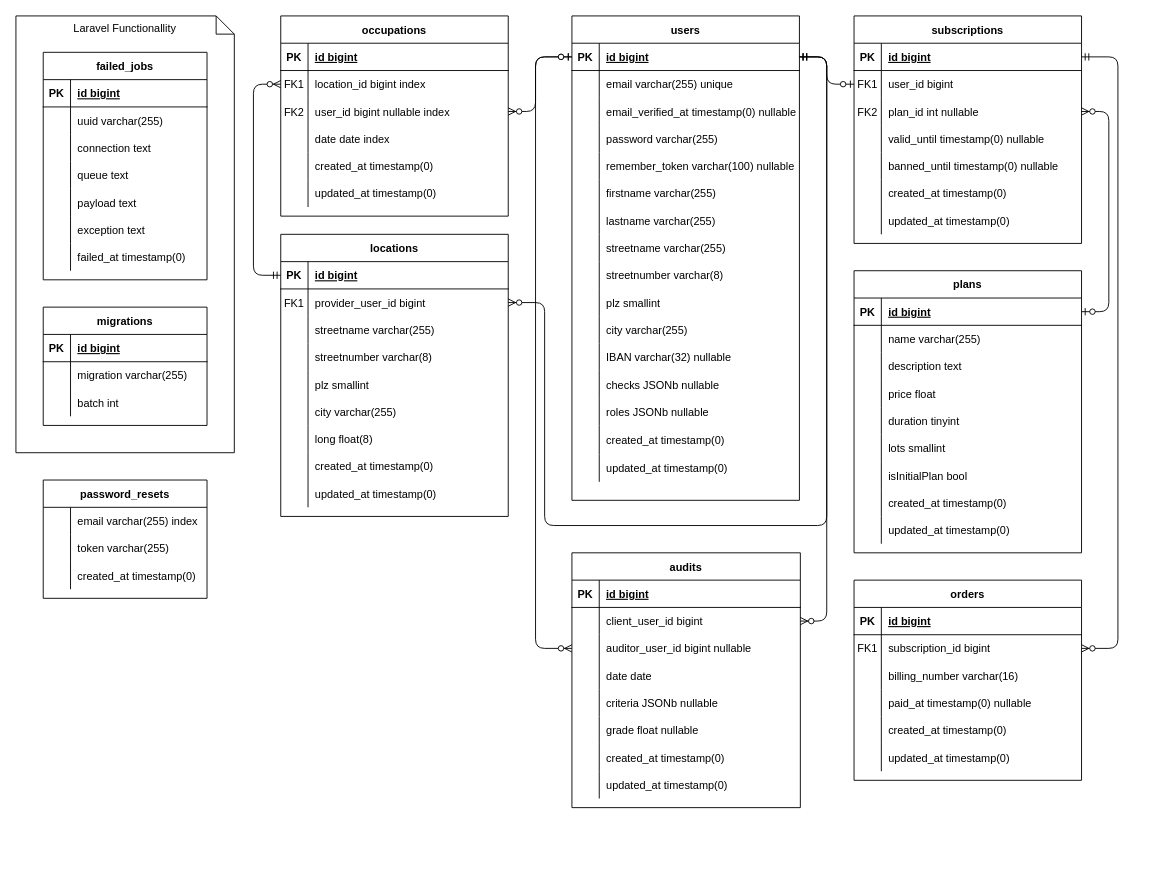
The draw.io diagram docs/ERM_Patrick.drawio in PatrickRoethlisberger/CS-Datenbanktechnologie, before the edit. Source tidied: cells renumbered, new cells numbered last; positions are measured from the earlier drawing's top-left corner, leaving out a move shared by most shapes. Both pictures are drawn from the tidied source at 91%, with x=0, y=0 at pixel (15, 15).
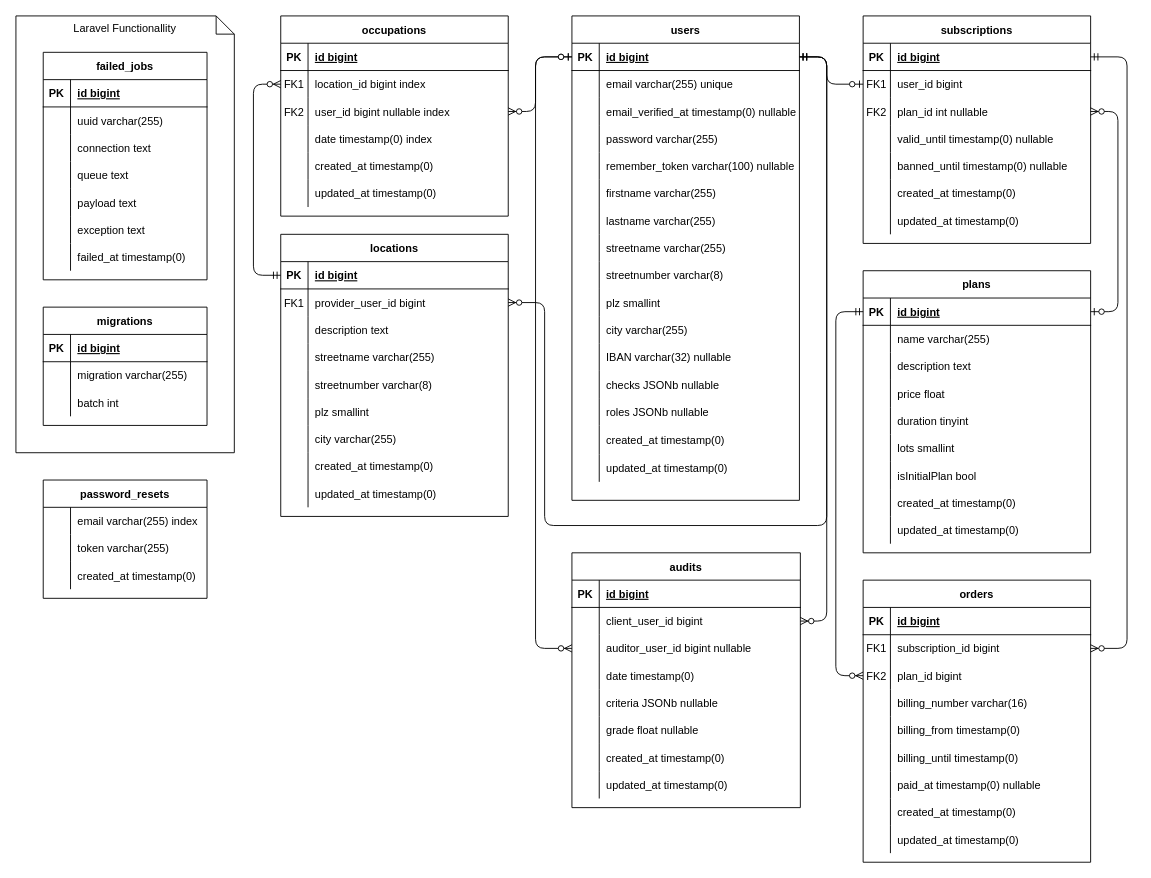
Above is the later version.

Unchanged cells that the change refers to:
```xml
<mxCell id="3" style="shape=partialRectangle;fillColor=none;points=[[0,0.5],[1,0.5]];portConstraint=eastwest;top=0;left=0;right=0;bottom=1;" parent="2" vertex="1">
  <mxGeometry y="30" width="250" height="30" as="geometry" />
</mxCell>
<mxCell id="25" style="shape=partialRectangle;fillColor=none;points=[[0,0.5],[1,0.5]];portConstraint=eastwest;top=0;left=0;right=0;bottom=1;" parent="24" vertex="1">
  <mxGeometry y="30" width="250" height="30" as="geometry" />
</mxCell>
<mxCell id="145" value="locations" style="shape=table;startSize=30;childLayout=tableLayout;rowLines=0;fontStyle=1;align=center;" parent="1" vertex="1">
  <mxGeometry x="291" y="240" width="250" height="310" as="geometry" />
</mxCell>
<mxCell id="183" style="shape=partialRectangle;fillColor=none;top=0;left=0;bottom=0;right=0;" parent="173" vertex="1">
  <mxGeometry y="120" width="250" height="30" as="geometry" />
</mxCell>
<mxCell id="204" style="shape=partialRectangle;fillColor=none;top=0;left=0;bottom=0;right=0;" parent="194" vertex="1">
  <mxGeometry y="120" width="251" height="30" as="geometry" />
</mxCell>
<mxCell id="226" style="shape=partialRectangle;fillColor=none;top=0;left=0;bottom=0;right=0;points=[[0,0.5],[1,0.5]];portConstraint=eastwest;" parent="222" vertex="1">
  <mxGeometry y="60" width="250" height="30" as="geometry" />
</mxCell>
```

The edit, as a diff of the source:
```diff
@@
     <mxCell id="2" value="subscriptions" style="shape=table;startSize=30;childLayout=tableLayout;rowLines=0;fontStyle=1;align=center;" parent="1" vertex="1">
-      <mxGeometry x="921" width="250" height="250" as="geometry" />
+      <mxGeometry x="931" width="250" height="250" as="geometry" />
     </mxCell>
@@
     <mxCell id="24" value="plans" style="shape=table;startSize=30;childLayout=tableLayout;rowLines=0;fontStyle=1;align=center;" parent="1" vertex="1">
-      <mxGeometry x="921" y="280" width="250" height="310" as="geometry" />
+      <mxGeometry x="931" y="280" width="250" height="310" as="geometry" />
     </mxCell>
@@
+    <mxCell id="244" style="shape=partialRectangle;fillColor=none;top=0;left=0;bottom=0;right=0;" parent="145" vertex="1">
+      <mxGeometry y="90" width="250" height="30" as="geometry" />
+    </mxCell>
+    <mxCell id="245" style="shape=partialRectangle;fillColor=none;top=0;left=0;bottom=0;right=0;overflow=hidden;" parent="244" vertex="1">
+      <mxGeometry width="30" height="30" as="geometry" />
+    </mxCell>
+    <mxCell id="246" value="description text" style="shape=partialRectangle;fillColor=none;top=0;left=0;bottom=0;right=0;align=left;spacingLeft=6;overflow=hidden;" parent="244" vertex="1">
+      <mxGeometry x="30" width="220" height="30" as="geometry" />
+    </mxCell>
     <mxCell id="152" style="shape=partialRectangle;fillColor=none;top=0;left=0;bottom=0;right=0;" parent="145" vertex="1">
-      <mxGeometry y="90" width="250" height="30" as="geometry" />
+      <mxGeometry y="120" width="250" height="30" as="geometry" />
     </mxCell>
@@
     <mxCell id="155" style="shape=partialRectangle;fillColor=none;top=0;left=0;bottom=0;right=0;" parent="145" vertex="1">
-      <mxGeometry y="120" width="250" height="30" as="geometry" />
+      <mxGeometry y="150" width="250" height="30" as="geometry" />
     </mxCell>
@@
     <mxCell id="158" style="shape=partialRectangle;fillColor=none;top=0;left=0;bottom=0;right=0;" parent="145" vertex="1">
-      <mxGeometry y="150" width="250" height="30" as="geometry" />
+      <mxGeometry y="180" width="250" height="30" as="geometry" />
     </mxCell>
@@
     <mxCell id="161" style="shape=partialRectangle;fillColor=none;top=0;left=0;bottom=0;right=0;" parent="145" vertex="1">
-      <mxGeometry y="180" width="250" height="30" as="geometry" />
+      <mxGeometry y="210" width="250" height="30" as="geometry" />
     </mxCell>
@@
-    <mxCell id="164" style="shape=partialRectangle;fillColor=none;top=0;left=0;bottom=0;right=0;" parent="145" vertex="1">
-      <mxGeometry y="210" width="250" height="30" as="geometry" />
-    </mxCell>
-    <mxCell id="165" style="shape=partialRectangle;fillColor=none;top=0;left=0;bottom=0;right=0;overflow=hidden;" parent="164" vertex="1">
-      <mxGeometry width="30" height="30" as="geometry" />
-    </mxCell>
-    <mxCell id="166" value="long float(8)" style="shape=partialRectangle;fillColor=none;top=0;left=0;bottom=0;right=0;align=left;spacingLeft=6;overflow=hidden;" parent="164" vertex="1">
-      <mxGeometry x="30" width="220" height="30" as="geometry" />
-    </mxCell>
@@
-    <mxCell id="185" value="date date index" style="shape=partialRectangle;fillColor=none;top=0;left=0;bottom=0;right=0;align=left;spacingLeft=6;overflow=hidden;" parent="183" vertex="1">
+    <mxCell id="185" value="date timestamp(0) index" style="shape=partialRectangle;fillColor=none;top=0;left=0;bottom=0;right=0;align=left;spacingLeft=6;overflow=hidden;" parent="183" vertex="1">
       <mxGeometry x="30" width="220" height="30" as="geometry" />
     </mxCell>
@@
-    <mxCell id="206" value="date date" style="shape=partialRectangle;fillColor=none;top=0;left=0;bottom=0;right=0;align=left;spacingLeft=6;overflow=hidden;" parent="204" vertex="1">
+    <mxCell id="206" value="date timestamp(0)" style="shape=partialRectangle;fillColor=none;top=0;left=0;bottom=0;right=0;align=left;spacingLeft=6;overflow=hidden;" parent="204" vertex="1">
       <mxGeometry x="30" width="221" height="30" as="geometry" />
     </mxCell>
@@
     <mxCell id="222" value="orders" style="shape=table;startSize=30;childLayout=tableLayout;rowLines=0;fontStyle=1;align=center;" parent="1" vertex="1">
-      <mxGeometry x="921" y="620" width="250" height="220" as="geometry" />
+      <mxGeometry x="931" y="620" width="250" height="310" as="geometry" />
     </mxCell>
@@
+    <mxCell id="247" style="shape=partialRectangle;fillColor=none;top=0;left=0;bottom=0;right=0;points=[[0,0.5],[1,0.5]];portConstraint=eastwest;" parent="222" vertex="1">
+      <mxGeometry y="90" width="250" height="30" as="geometry" />
+    </mxCell>
+    <mxCell id="248" value="FK2" style="shape=partialRectangle;fillColor=none;top=0;left=0;bottom=0;right=0;overflow=hidden;" parent="247" vertex="1">
+      <mxGeometry width="30" height="30" as="geometry" />
+    </mxCell>
+    <mxCell id="249" value="plan_id bigint" style="shape=partialRectangle;fillColor=none;top=0;left=0;bottom=0;right=0;align=left;spacingLeft=6;overflow=hidden;" parent="247" vertex="1">
+      <mxGeometry x="30" width="220" height="30" as="geometry" />
+    </mxCell>
     <mxCell id="229" style="shape=partialRectangle;fillColor=none;top=0;left=0;bottom=0;right=0;" parent="222" vertex="1">
-      <mxGeometry y="90" width="250" height="30" as="geometry" />
+      <mxGeometry y="120" width="250" height="30" as="geometry" />
     </mxCell>
@@
+    <mxCell id="250" style="shape=partialRectangle;fillColor=none;top=0;left=0;bottom=0;right=0;" parent="222" vertex="1">
+      <mxGeometry y="150" width="250" height="30" as="geometry" />
+    </mxCell>
+    <mxCell id="251" style="shape=partialRectangle;fillColor=none;top=0;left=0;bottom=0;right=0;overflow=hidden;" parent="250" vertex="1">
+      <mxGeometry width="30" height="30" as="geometry" />
+    </mxCell>
+    <mxCell id="252" value="billing_from timestamp(0)" style="shape=partialRectangle;fillColor=none;top=0;left=0;bottom=0;right=0;align=left;spacingLeft=6;overflow=hidden;" parent="250" vertex="1">
+      <mxGeometry x="30" width="220" height="30" as="geometry" />
+    </mxCell>
+    <mxCell id="253" style="shape=partialRectangle;fillColor=none;top=0;left=0;bottom=0;right=0;" parent="222" vertex="1">
+      <mxGeometry y="180" width="250" height="30" as="geometry" />
+    </mxCell>
+    <mxCell id="254" style="shape=partialRectangle;fillColor=none;top=0;left=0;bottom=0;right=0;overflow=hidden;" parent="253" vertex="1">
+      <mxGeometry width="30" height="30" as="geometry" />
+    </mxCell>
+    <mxCell id="255" value="billing_until timestamp(0)" style="shape=partialRectangle;fillColor=none;top=0;left=0;bottom=0;right=0;align=left;spacingLeft=6;overflow=hidden;" parent="253" vertex="1">
+      <mxGeometry x="30" width="220" height="30" as="geometry" />
+    </mxCell>
     <mxCell id="232" style="shape=partialRectangle;fillColor=none;top=0;left=0;bottom=0;right=0;" parent="222" vertex="1">
-      <mxGeometry y="120" width="250" height="30" as="geometry" />
+      <mxGeometry y="210" width="250" height="30" as="geometry" />
     </mxCell>
@@
     <mxCell id="235" style="shape=partialRectangle;fillColor=none;top=0;left=0;bottom=0;right=0;" parent="222" vertex="1">
-      <mxGeometry y="150" width="250" height="30" as="geometry" />
+      <mxGeometry y="240" width="250" height="30" as="geometry" />
     </mxCell>
@@
     <mxCell id="238" style="shape=partialRectangle;fillColor=none;top=0;left=0;bottom=0;right=0;" parent="222" vertex="1">
-      <mxGeometry y="180" width="250" height="30" as="geometry" />
+      <mxGeometry y="270" width="250" height="30" as="geometry" />
     </mxCell>
@@
     <mxCell id="242" style="rounded=1;jettySize=auto;html=1;exitX=1;exitY=0.5;exitDx=0;exitDy=0;startArrow=ERmandOne;startFill=0;endArrow=ERzeroToMany;endFill=1;edgeStyle=orthogonalEdgeStyle;entryX=1;entryY=0.5;entryDx=0;entryDy=0;" parent="1" edge="1" source="3" target="226">
       <mxGeometry relative="1" as="geometry">
         <Array as="points">
-          <mxPoint x="1211" y="45" />
-          <mxPoint x="1211" y="695" />
+          <mxPoint x="1221" y="45" />
+          <mxPoint x="1221" y="695" />
         </Array>
       </mxGeometry>
     </mxCell>
@@
+    <mxCell id="256" style="edgeStyle=orthogonalEdgeStyle;fontSize=12;html=1;endArrow=ERzeroToMany;startArrow=ERmandOne;exitX=0;exitY=0.5;exitDx=0;exitDy=0;endFill=1;entryX=0;entryY=0.5;entryDx=0;entryDy=0;" parent="1" edge="1" source="25" target="247">
+      <mxGeometry relative="1" as="geometry">
+        <Array as="points">
+          <mxPoint x="901" y="325" />
+          <mxPoint x="901" y="725" />
+        </Array>
+      </mxGeometry>
+    </mxCell>
```
